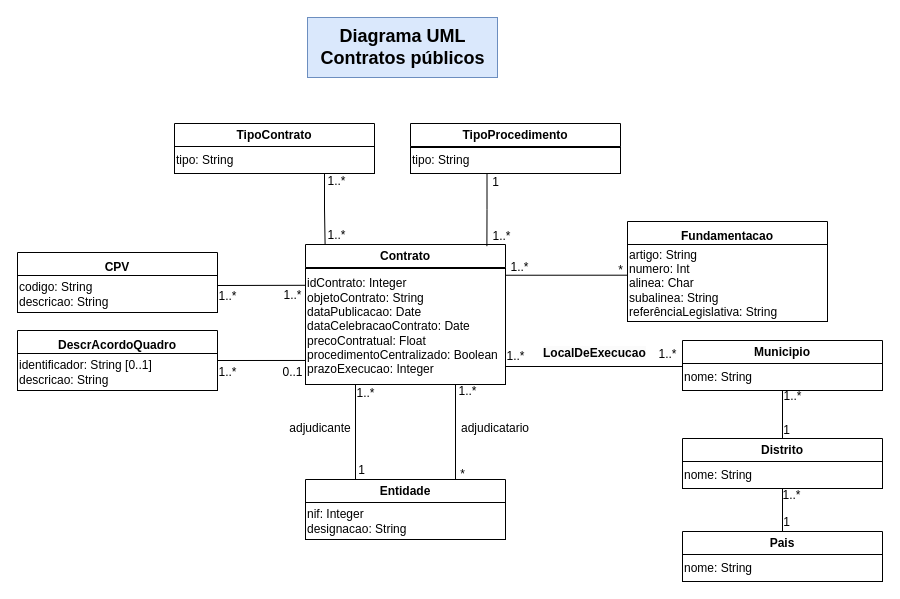
Earlier version of the draw.io diagram modelagem/UML.drawio (bzabot/public-contracts-db). Source tidied: cells renumbered, new cells numbered last; positions are measured from the earlier drawing's top-left corner, leaving out a move shared by most shapes. Both pictures are drawn from the tidied source at 100%, with x=0, y=0 at pixel (17, 17).
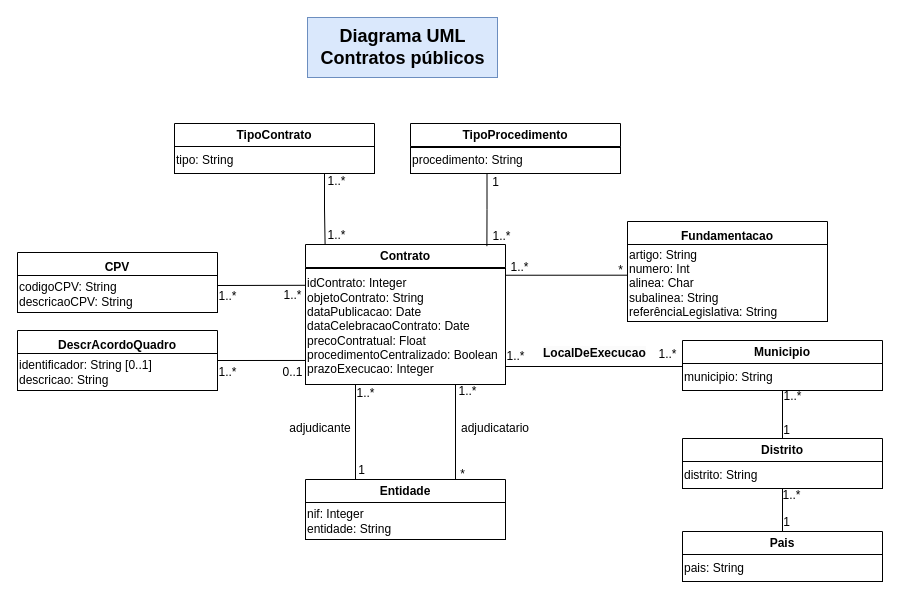
Above is the later version.

The change refers to these unchanged cells:
```xml
<mxCell id="6" value="Entidade" style="swimlane;whiteSpace=wrap;html=1;align=center;" parent="1" vertex="1">
  <mxGeometry x="288" y="462" width="200" height="60" as="geometry" />
</mxCell>
<mxCell id="8" value="Municipio" style="swimlane;whiteSpace=wrap;html=1;" parent="1" vertex="1">
  <mxGeometry x="665" y="323" width="200" height="45" as="geometry" />
</mxCell>
<mxCell id="14" value="TipoProcedimento" style="swimlane;whiteSpace=wrap;html=1;" parent="1" vertex="1">
  <mxGeometry x="393" y="106" width="210" height="50" as="geometry" />
</mxCell>
<mxCell id="18" value="CPV" style="swimlane;whiteSpace=wrap;html=1;startSize=30;" parent="1" vertex="1">
  <mxGeometry y="235" width="200" height="60" as="geometry" />
</mxCell>
<mxCell id="31" value="Distrito" style="swimlane;whiteSpace=wrap;html=1;" parent="1" vertex="1">
  <mxGeometry x="665" y="421" width="200" height="46" as="geometry" />
</mxCell>
<mxCell id="33" value="Pais" style="swimlane;whiteSpace=wrap;html=1;" parent="1" vertex="1">
  <mxGeometry x="665" y="514" width="200" height="50" as="geometry" />
</mxCell>
```

Diff of the diagram source:
```diff
@@
-    <mxCell id="7" value="nif: Integer&lt;div&gt;designacao: String&lt;/div&gt;" style="rounded=0;whiteSpace=wrap;html=1;align=left;" parent="6" vertex="1">
+    <mxCell id="7" value="nif: Integer&lt;div&gt;entidade: String&lt;/div&gt;" style="rounded=0;whiteSpace=wrap;html=1;align=left;" parent="6" vertex="1">
       <mxGeometry y="23" width="200" height="37" as="geometry" />
     </mxCell>
@@
-    <mxCell id="9" value="&lt;div&gt;nome: String&lt;/div&gt;" style="rounded=0;whiteSpace=wrap;html=1;align=left;" parent="8" vertex="1">
+    <mxCell id="9" value="&lt;div&gt;municipio: String&lt;/div&gt;" style="rounded=0;whiteSpace=wrap;html=1;align=left;" parent="8" vertex="1">
       <mxGeometry y="23" width="200" height="27" as="geometry" />
     </mxCell>
@@
-    <mxCell id="15" value="tipo:&amp;nbsp;String" style="whiteSpace=wrap;html=1;align=left;" parent="14" vertex="1">
+    <mxCell id="15" value="procedimento:&amp;nbsp;String" style="whiteSpace=wrap;html=1;align=left;" parent="14" vertex="1">
       <mxGeometry y="24" width="210" height="26" as="geometry" />
     </mxCell>
@@
-    <mxCell id="19" value="codigo: String&lt;div&gt;descricao: String&lt;/div&gt;" style="whiteSpace=wrap;html=1;align=left;" parent="18" vertex="1">
+    <mxCell id="19" value="codigoCPV: String&lt;div&gt;descricaoCPV: String&lt;/div&gt;" style="whiteSpace=wrap;html=1;align=left;" parent="18" vertex="1">
       <mxGeometry y="23" width="200" height="37" as="geometry" />
     </mxCell>
@@
-    <mxCell id="32" value="&lt;div&gt;nome: String&lt;/div&gt;" style="rounded=0;whiteSpace=wrap;html=1;align=left;" parent="31" vertex="1">
+    <mxCell id="32" value="&lt;div&gt;distrito: String&lt;/div&gt;" style="rounded=0;whiteSpace=wrap;html=1;align=left;" parent="31" vertex="1">
       <mxGeometry y="23" width="200" height="27" as="geometry" />
     </mxCell>
@@
-    <mxCell id="34" value="&lt;div&gt;nome: String&lt;/div&gt;" style="rounded=0;whiteSpace=wrap;html=1;align=left;" parent="33" vertex="1">
+    <mxCell id="34" value="&lt;div&gt;pais: String&lt;/div&gt;" style="rounded=0;whiteSpace=wrap;html=1;align=left;" parent="33" vertex="1">
       <mxGeometry y="23" width="200" height="27" as="geometry" />
     </mxCell>
```
